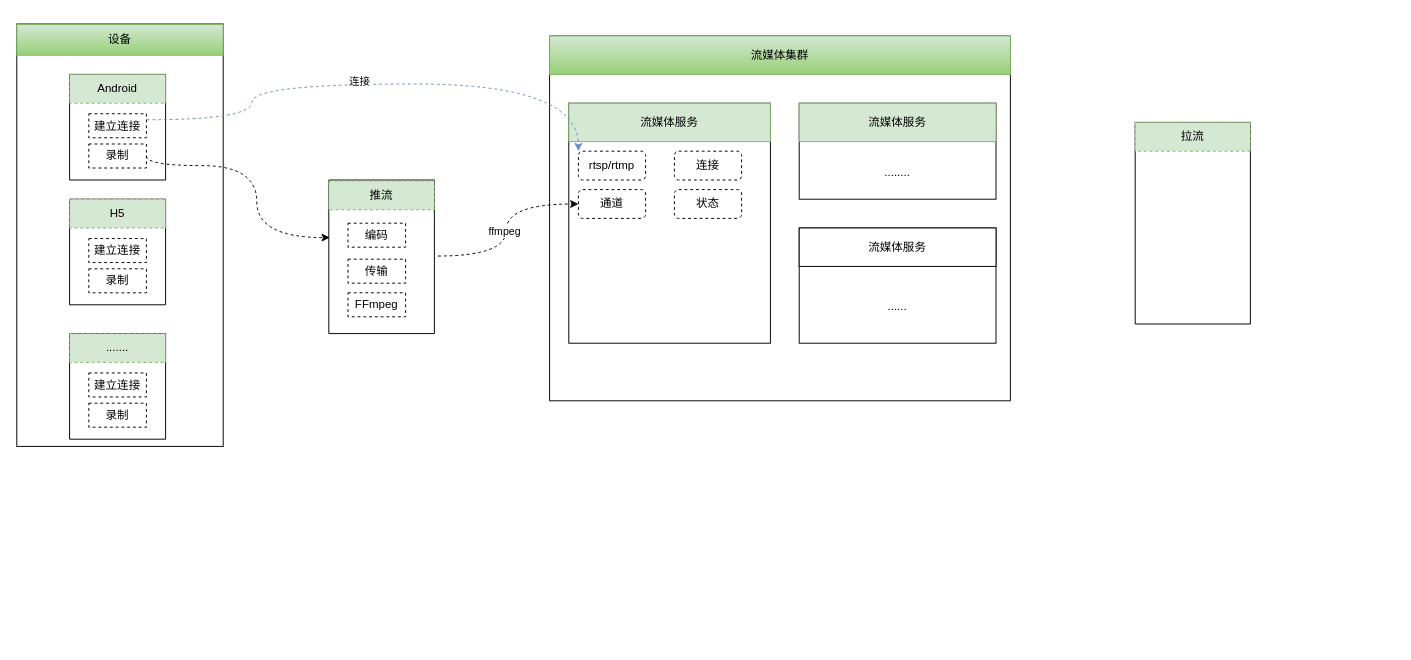
This is 平台2.0/流媒体服务架构.drawio from Msimplehub/abbysun, a draw.io file, before an edit. Source tidied: cells renumbered, new cells numbered last; positions are measured from the earlier drawing's top-left corner, leaving out a move shared by most shapes. Both pictures are drawn from the tidied source at 96%, with x=0, y=0 at pixel (16, 24).
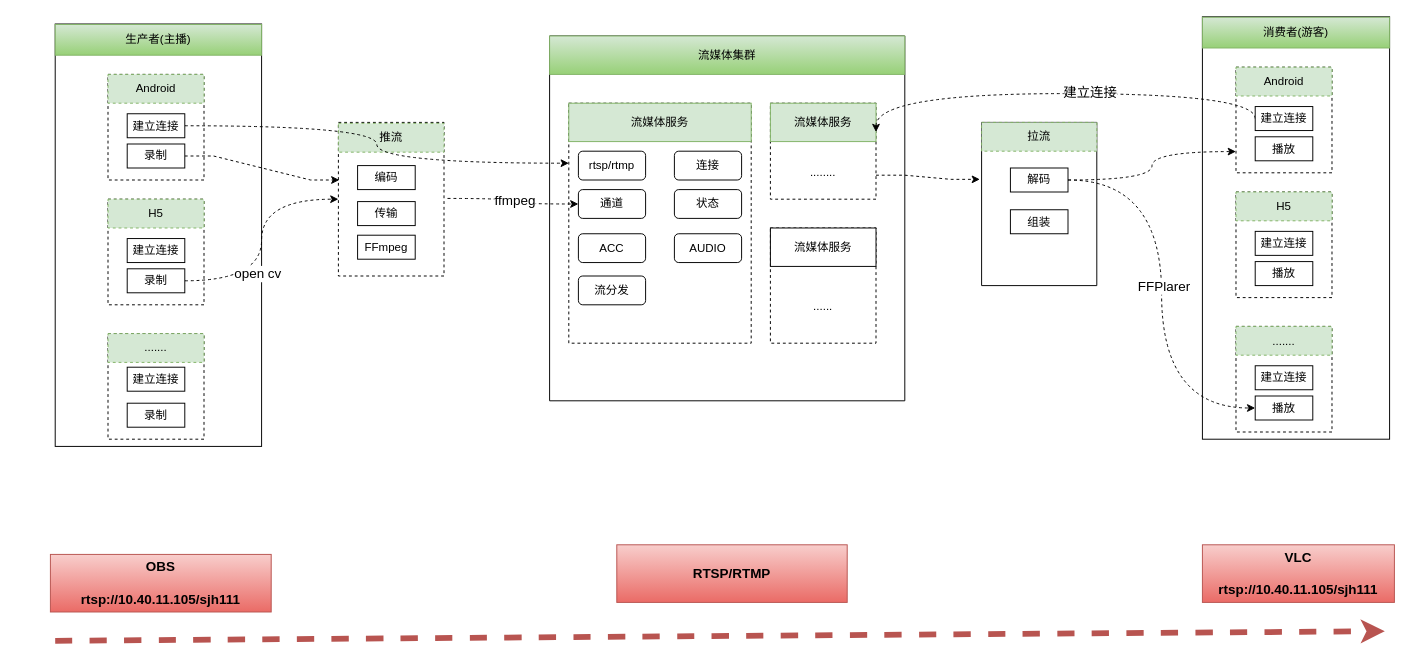
Above is the later version.

Commit message (it also covers changes not shown here):
更新流媒体服务架构.drawio

The change refers to these unchanged cells:
```xml
<mxCell id="18" style="endArrow=classic;html=1;rounded=0;exitX=1.033;exitY=0.495;exitDx=0;exitDy=0;exitPerimeter=0;entryX=0;entryY=0.5;entryDx=0;entryDy=0;edgeStyle=orthogonalEdgeStyle;curved=1;dashed=1;" parent="1" edge="1" source="14" target="12">
  <mxGeometry relative="1" as="geometry" />
</mxCell>
```

What changed in the source:
```diff
@@
     <mxCell id="2" style="rounded=0;whiteSpace=wrap;html=1;" parent="1" vertex="1">
-      <mxGeometry y="-0.5" width="215" height="440" as="geometry" />
+      <mxGeometry x="40" y="-0.5" width="215" height="440" as="geometry" />
     </mxCell>
     <mxCell id="3" style="verticalLabelPosition=bottom;verticalAlign=top;html=1;shape=mxgraph.basic.rect;fillColor2=none;strokeWidth=1;size=20;indent=5;" parent="1" vertex="1">
-      <mxGeometry x="555" y="12" width="480" height="380" as="geometry" />
+      <mxGeometry x="555" y="12" width="370" height="380" as="geometry" />
     </mxCell>
-    <mxCell id="4" style="rounded=0;whiteSpace=wrap;html=1;" parent="1" vertex="1">
-      <mxGeometry x="575" y="82" width="210" height="250" as="geometry" />
+    <mxCell id="4" style="rounded=0;whiteSpace=wrap;html=1;dashed=1;" parent="1" vertex="1">
+      <mxGeometry x="575" y="82" width="190" height="250" as="geometry" />
     </mxCell>
     <mxCell id="5" value="流媒体服务" style="rounded=0;whiteSpace=wrap;html=1;fillColor=#d5e8d4;strokeColor=#82b366;" parent="1" vertex="1">
-      <mxGeometry x="575" y="82" width="210" height="40" as="geometry" />
+      <mxGeometry x="575" y="82" width="190" height="40" as="geometry" />
     </mxCell>
-    <mxCell id="6" value="&lt;br&gt;&lt;br&gt;&lt;br&gt;......" style="rounded=0;whiteSpace=wrap;html=1;" parent="1" vertex="1">
-      <mxGeometry x="815" y="212" width="205" height="120" as="geometry" />
+    <mxCell id="6" value="&lt;br&gt;&lt;br&gt;&lt;br&gt;......" style="rounded=0;whiteSpace=wrap;html=1;dashed=1;" parent="1" vertex="1">
+      <mxGeometry x="785" y="212" width="110" height="120" as="geometry" />
     </mxCell>
     <mxCell id="7" value="流媒体服务" style="rounded=0;whiteSpace=wrap;html=1;" parent="1" vertex="1">
-      <mxGeometry x="815" y="212" width="205" height="40" as="geometry" />
+      <mxGeometry x="785" y="212" width="110" height="40" as="geometry" />
     </mxCell>
+    <mxCell id="40" style="edgeStyle=entityRelationEdgeStyle;rounded=0;jettySize=auto;html=1;exitX=1;exitY=0.75;exitDx=0;exitDy=0;entryX=-0.015;entryY=0.349;entryDx=0;entryDy=0;entryPerimeter=0;dashed=1;fontSize=14;" parent="1" edge="1" source="8" target="16">
+      <mxGeometry relative="1" as="geometry" />
+    </mxCell>
-    <mxCell id="8" value="&lt;br&gt;&lt;br&gt;&lt;br&gt;........" style="rounded=0;whiteSpace=wrap;html=1;" parent="1" vertex="1">
-      <mxGeometry x="815" y="82" width="205" height="100" as="geometry" />
+    <mxCell id="8" value="&lt;br&gt;&lt;br&gt;&lt;br&gt;........" style="rounded=0;whiteSpace=wrap;html=1;dashed=1;" parent="1" vertex="1">
+      <mxGeometry x="785" y="82" width="110" height="100" as="geometry" />
     </mxCell>
     <mxCell id="9" value="流媒体服务" style="rounded=0;whiteSpace=wrap;html=1;fillColor=#d5e8d4;strokeColor=#82b366;" parent="1" vertex="1">
-      <mxGeometry x="815" y="82" width="205" height="40" as="geometry" />
+      <mxGeometry x="785" y="82" width="110" height="40" as="geometry" />
     </mxCell>
-    <mxCell id="10" value="rtsp/rtmp" style="rounded=1;whiteSpace=wrap;html=1;dashed=1;" parent="1" vertex="1">
+    <mxCell id="10" value="rtsp/rtmp" style="rounded=1;whiteSpace=wrap;html=1;" parent="1" vertex="1">
       <mxGeometry x="585" y="132" width="70" height="30" as="geometry" />
     </mxCell>
-    <mxCell id="11" value="连接" style="rounded=1;whiteSpace=wrap;html=1;dashed=1;" parent="1" vertex="1">
+    <mxCell id="11" value="连接" style="rounded=1;whiteSpace=wrap;html=1;" parent="1" vertex="1">
       <mxGeometry x="685" y="132" width="70" height="30" as="geometry" />
     </mxCell>
-    <mxCell id="12" value="通道" style="rounded=1;whiteSpace=wrap;html=1;dashed=1;" parent="1" vertex="1">
+    <mxCell id="12" value="通道" style="rounded=1;whiteSpace=wrap;html=1;" parent="1" vertex="1">
       <mxGeometry x="585" y="172" width="70" height="30" as="geometry" />
     </mxCell>
-    <mxCell id="13" value="状态" style="rounded=1;whiteSpace=wrap;html=1;dashed=1;" parent="1" vertex="1">
+    <mxCell id="13" value="状态" style="rounded=1;whiteSpace=wrap;html=1;" parent="1" vertex="1">
       <mxGeometry x="685" y="172" width="70" height="30" as="geometry" />
     </mxCell>
-    <mxCell id="14" style="verticalLabelPosition=bottom;verticalAlign=top;html=1;shape=mxgraph.basic.rect;fillColor2=none;strokeWidth=1;size=20;indent=5;" parent="1" vertex="1">
-      <mxGeometry x="325" y="162" width="110" height="160" as="geometry" />
+    <mxCell id="14" style="verticalLabelPosition=bottom;verticalAlign=top;html=1;shape=mxgraph.basic.rect;fillColor2=none;strokeWidth=1;size=20;indent=5;dashed=1;" parent="1" vertex="1">
+      <mxGeometry x="335" y="102" width="110" height="160" as="geometry" />
     </mxCell>
     <mxCell id="15" value="推流" style="rounded=0;whiteSpace=wrap;html=1;dashed=1;fillColor=#d5e8d4;strokeColor=#82b366;" parent="1" vertex="1">
-      <mxGeometry x="325" y="163" width="110" height="30" as="geometry" />
+      <mxGeometry x="335" y="103" width="110" height="30" as="geometry" />
     </mxCell>
     <mxCell id="16" style="verticalLabelPosition=bottom;verticalAlign=top;html=1;shape=mxgraph.basic.rect;fillColor2=none;strokeWidth=1;size=20;indent=5;" parent="1" vertex="1">
-      <mxGeometry x="1165" y="102" width="120" height="210" as="geometry" />
+      <mxGeometry x="1005" y="102" width="120" height="170" as="geometry" />
     </mxCell>
     <mxCell id="17" value="拉流" style="rounded=0;whiteSpace=wrap;html=1;dashed=1;fillColor=#d5e8d4;strokeColor=#82b366;" parent="1" vertex="1">
-      <mxGeometry x="1165" y="102" width="120" height="30" as="geometry" />
+      <mxGeometry x="1005" y="102" width="120" height="30" as="geometry" />
     </mxCell>
@@
-    <mxCell id="19" value="ffmpeg" style="edgeLabel;html=1;align=center;verticalAlign=middle;" parent="18" vertex="1">
+    <mxCell id="19" value="ffmpeg" style="edgeLabel;html=1;align=center;verticalAlign=middle;fontSize=14;" parent="18" vertex="1">
       <mxGeometry x="-0.03" y="3" relative="1" as="geometry" />
     </mxCell>
-    <mxCell id="20" style="verticalLabelPosition=bottom;verticalAlign=top;html=1;shape=mxgraph.basic.rect;fillColor2=none;strokeWidth=1;size=20;indent=5;" parent="1" vertex="1">
-      <mxGeometry x="55" y="52" width="100" height="110" as="geometry" />
+    <mxCell id="20" style="verticalLabelPosition=bottom;verticalAlign=top;html=1;shape=mxgraph.basic.rect;fillColor2=none;strokeWidth=1;size=20;indent=5;dashed=1;" parent="1" vertex="1">
+      <mxGeometry x="95" y="52" width="100" height="110" as="geometry" />
     </mxCell>
     <mxCell id="21" value="Android" style="rounded=0;whiteSpace=wrap;html=1;dashed=1;fillColor=#d5e8d4;strokeColor=#82b366;" parent="1" vertex="1">
-      <mxGeometry x="55" y="52" width="100" height="30" as="geometry" />
+      <mxGeometry x="95" y="52" width="100" height="30" as="geometry" />
     </mxCell>
-    <mxCell id="22" style="edgeStyle=orthogonalEdgeStyle;rounded=0;jettySize=auto;html=1;exitX=1;exitY=0.25;exitDx=0;exitDy=0;entryX=0;entryY=0;entryDx=0;entryDy=0;curved=1;dashed=1;fillColor=#dae8fc;strokeColor=#6c8ebf;" parent="1" edge="1" source="24" target="10">
-      <mxGeometry relative="1" as="geometry">
-        <Array as="points">
-          <mxPoint x="245" y="62" />
-          <mxPoint x="585" y="62" />
-        </Array>
-      </mxGeometry>
-    </mxCell>
-    <mxCell id="23" value="连接" style="edgeLabel;html=1;align=center;verticalAlign=middle;" parent="22" vertex="1">
-      <mxGeometry x="-0.07" y="3" relative="1" as="geometry" />
-    </mxCell>
+    <mxCell id="41" style="edgeStyle=orthogonalEdgeStyle;curved=1;rounded=0;jettySize=auto;html=1;exitX=1;exitY=0.5;exitDx=0;exitDy=0;entryX=0;entryY=0.25;entryDx=0;entryDy=0;dashed=1;fontSize=14;" parent="1" edge="1" source="24" target="4">
+      <mxGeometry relative="1" as="geometry" />
+    </mxCell>
-    <mxCell id="24" value="建立连接" style="rounded=0;whiteSpace=wrap;html=1;dashed=1;" parent="1" vertex="1">
-      <mxGeometry x="75" y="93" width="60" height="25" as="geometry" />
+    <mxCell id="24" value="建立连接" style="rounded=0;whiteSpace=wrap;html=1;" parent="1" vertex="1">
+      <mxGeometry x="115" y="93" width="60" height="25" as="geometry" />
     </mxCell>
-    <mxCell id="25" style="edgeStyle=orthogonalEdgeStyle;curved=1;rounded=0;jettySize=auto;html=1;exitX=1;exitY=0.5;exitDx=0;exitDy=0;entryX=0.009;entryY=0.375;entryDx=0;entryDy=0;entryPerimeter=0;dashed=1;" parent="1" edge="1" source="26" target="14">
-      <mxGeometry relative="1" as="geometry">
-        <Array as="points">
-          <mxPoint x="250" y="147" />
-          <mxPoint x="250" y="222" />
-        </Array>
-      </mxGeometry>
+    <mxCell id="25" style="edgeStyle=entityRelationEdgeStyle;rounded=0;jettySize=auto;html=1;exitX=1;exitY=0.5;exitDx=0;exitDy=0;entryX=0.009;entryY=0.375;entryDx=0;entryDy=0;entryPerimeter=0;dashed=1;" parent="1" edge="1" source="26" target="14">
+      <mxGeometry relative="1" as="geometry" />
     </mxCell>
-    <mxCell id="26" value="录制" style="rounded=0;whiteSpace=wrap;html=1;dashed=1;" parent="1" vertex="1">
-      <mxGeometry x="75" y="124.5" width="60" height="25" as="geometry" />
+    <mxCell id="26" value="录制" style="rounded=0;whiteSpace=wrap;html=1;" parent="1" vertex="1">
+      <mxGeometry x="115" y="124.5" width="60" height="25" as="geometry" />
     </mxCell>
-    <mxCell id="27" style="verticalLabelPosition=bottom;verticalAlign=top;html=1;shape=mxgraph.basic.rect;fillColor2=none;strokeWidth=1;size=20;indent=5;" parent="1" vertex="1">
-      <mxGeometry x="55" y="182" width="100" height="110" as="geometry" />
+    <mxCell id="27" style="verticalLabelPosition=bottom;verticalAlign=top;html=1;shape=mxgraph.basic.rect;fillColor2=none;strokeWidth=1;size=20;indent=5;dashed=1;" parent="1" vertex="1">
+      <mxGeometry x="95" y="182" width="100" height="110" as="geometry" />
     </mxCell>
     <mxCell id="28" value="H5" style="rounded=0;whiteSpace=wrap;html=1;dashed=1;fillColor=#d5e8d4;strokeColor=#82b366;" parent="1" vertex="1">
-      <mxGeometry x="55" y="182" width="100" height="30" as="geometry" />
+      <mxGeometry x="95" y="182" width="100" height="30" as="geometry" />
     </mxCell>
-    <mxCell id="29" value="建立连接" style="rounded=0;whiteSpace=wrap;html=1;dashed=1;" parent="1" vertex="1">
-      <mxGeometry x="75" y="223" width="60" height="25" as="geometry" />
+    <mxCell id="29" value="建立连接" style="rounded=0;whiteSpace=wrap;html=1;" parent="1" vertex="1">
+      <mxGeometry x="115" y="223" width="60" height="25" as="geometry" />
     </mxCell>
+    <mxCell id="42" style="edgeStyle=orthogonalEdgeStyle;rounded=0;jettySize=auto;html=1;exitX=1;exitY=0.5;exitDx=0;exitDy=0;dashed=1;curved=1;" parent="1" edge="1" source="30" target="14">
+      <mxGeometry relative="1" as="geometry" />
+    </mxCell>
+    <mxCell id="43" value="open cv" style="edgeLabel;html=1;align=center;verticalAlign=middle;fontSize=14;" parent="42" vertex="1">
+      <mxGeometry x="-0.28" y="5" relative="1" as="geometry" />
+    </mxCell>
-    <mxCell id="30" value="录制" style="rounded=0;whiteSpace=wrap;html=1;dashed=1;" parent="1" vertex="1">
-      <mxGeometry x="75" y="254.5" width="60" height="25" as="geometry" />
+    <mxCell id="30" value="录制" style="rounded=0;whiteSpace=wrap;html=1;" parent="1" vertex="1">
+      <mxGeometry x="115" y="254.5" width="60" height="25" as="geometry" />
     </mxCell>
-    <mxCell id="31" style="verticalLabelPosition=bottom;verticalAlign=top;html=1;shape=mxgraph.basic.rect;fillColor2=none;strokeWidth=1;size=20;indent=5;" parent="1" vertex="1">
-      <mxGeometry x="55" y="322" width="100" height="110" as="geometry" />
+    <mxCell id="31" style="verticalLabelPosition=bottom;verticalAlign=top;html=1;shape=mxgraph.basic.rect;fillColor2=none;strokeWidth=1;size=20;indent=5;dashed=1;" parent="1" vertex="1">
+      <mxGeometry x="95" y="322" width="100" height="110" as="geometry" />
     </mxCell>
     <mxCell id="32" value="......." style="rounded=0;whiteSpace=wrap;html=1;dashed=1;fillColor=#d5e8d4;strokeColor=#82b366;" parent="1" vertex="1">
-      <mxGeometry x="55" y="322" width="100" height="30" as="geometry" />
+      <mxGeometry x="95" y="322" width="100" height="30" as="geometry" />
     </mxCell>
-    <mxCell id="33" value="建立连接" style="rounded=0;whiteSpace=wrap;html=1;dashed=1;" parent="1" vertex="1">
-      <mxGeometry x="75" y="363" width="60" height="25" as="geometry" />
+    <mxCell id="33" value="建立连接" style="rounded=0;whiteSpace=wrap;html=1;" parent="1" vertex="1">
+      <mxGeometry x="115" y="357" width="60" height="25" as="geometry" />
     </mxCell>
-    <mxCell id="34" value="录制" style="rounded=0;whiteSpace=wrap;html=1;dashed=1;" parent="1" vertex="1">
-      <mxGeometry x="75" y="394.5" width="60" height="25" as="geometry" />
+    <mxCell id="34" value="录制" style="rounded=0;whiteSpace=wrap;html=1;" parent="1" vertex="1">
+      <mxGeometry x="115" y="394.5" width="60" height="25" as="geometry" />
     </mxCell>
-    <mxCell id="35" value="编码" style="rounded=0;whiteSpace=wrap;html=1;dashed=1;" parent="1" vertex="1">
-      <mxGeometry x="345" y="207" width="60" height="25" as="geometry" />
+    <mxCell id="35" value="编码" style="rounded=0;whiteSpace=wrap;html=1;" parent="1" vertex="1">
+      <mxGeometry x="355" y="147" width="60" height="25" as="geometry" />
     </mxCell>
-    <mxCell id="36" value="传输" style="rounded=0;whiteSpace=wrap;html=1;dashed=1;" parent="1" vertex="1">
-      <mxGeometry x="345" y="244.5" width="60" height="25" as="geometry" />
+    <mxCell id="36" value="传输" style="rounded=0;whiteSpace=wrap;html=1;" parent="1" vertex="1">
+      <mxGeometry x="355" y="184.5" width="60" height="25" as="geometry" />
     </mxCell>
-    <mxCell id="37" value="设备" style="rounded=0;whiteSpace=wrap;html=1;fillColor=#d5e8d4;gradientColor=#97d077;strokeColor=#82b366;" parent="1" vertex="1">
-      <mxGeometry width="215" height="32" as="geometry" />
+    <mxCell id="37" value="生产者(主播)" style="rounded=0;whiteSpace=wrap;html=1;fillColor=#d5e8d4;gradientColor=#97d077;strokeColor=#82b366;" parent="1" vertex="1">
+      <mxGeometry x="40" width="215" height="32" as="geometry" />
     </mxCell>
     <mxCell id="38" value="流媒体集群" style="rounded=0;whiteSpace=wrap;html=1;fillColor=#d5e8d4;gradientColor=#97d077;strokeColor=#82b366;" parent="1" vertex="1">
-      <mxGeometry x="555" y="12" width="480" height="40" as="geometry" />
+      <mxGeometry x="555" y="12" width="370" height="40" as="geometry" />
     </mxCell>
-    <mxCell id="39" value="FFmpeg" style="rounded=0;whiteSpace=wrap;html=1;dashed=1;" parent="1" vertex="1">
-      <mxGeometry x="345" y="279.5" width="60" height="25" as="geometry" />
+    <mxCell id="39" value="FFmpeg" style="rounded=0;whiteSpace=wrap;html=1;" parent="1" vertex="1">
+      <mxGeometry x="355" y="219.5" width="60" height="25" as="geometry" />
     </mxCell>
+    <mxCell id="44" style="rounded=0;whiteSpace=wrap;html=1;" parent="1" vertex="1">
+      <mxGeometry x="1235" y="-8" width="195" height="440" as="geometry" />
+    </mxCell>
+    <mxCell id="45" style="verticalLabelPosition=bottom;verticalAlign=top;html=1;shape=mxgraph.basic.rect;fillColor2=none;strokeWidth=1;size=20;indent=5;dashed=1;" parent="1" vertex="1">
+      <mxGeometry x="1270" y="44.5" width="100" height="110" as="geometry" />
+    </mxCell>
+    <mxCell id="46" value="Android" style="rounded=0;whiteSpace=wrap;html=1;dashed=1;fillColor=#d5e8d4;strokeColor=#82b366;" parent="1" vertex="1">
+      <mxGeometry x="1270" y="44.5" width="100" height="30" as="geometry" />
+    </mxCell>
+    <mxCell id="47" style="edgeStyle=orthogonalEdgeStyle;rounded=0;jettySize=auto;html=1;exitX=0;exitY=0.5;exitDx=0;exitDy=0;entryX=1;entryY=0.75;entryDx=0;entryDy=0;dashed=1;fontSize=14;curved=1;" parent="1" edge="1" source="49" target="9">
+      <mxGeometry relative="1" as="geometry">
+        <Array as="points">
+          <mxPoint x="1290" y="72" />
+          <mxPoint x="895" y="72" />
+        </Array>
+      </mxGeometry>
+    </mxCell>
+    <mxCell id="48" value="建立连接" style="edgeLabel;html=1;align=center;verticalAlign=middle;fontSize=14;" parent="47" vertex="1">
+      <mxGeometry x="-0.14" y="-2" relative="1" as="geometry">
+        <mxPoint x="-1" as="offset" />
+      </mxGeometry>
+    </mxCell>
+    <mxCell id="49" value="建立连接" style="rounded=0;whiteSpace=wrap;html=1;" parent="1" vertex="1">
+      <mxGeometry x="1290" y="85.5" width="60" height="25" as="geometry" />
+    </mxCell>
+    <mxCell id="50" value="播放" style="rounded=0;whiteSpace=wrap;html=1;" parent="1" vertex="1">
+      <mxGeometry x="1290" y="117" width="60" height="25" as="geometry" />
+    </mxCell>
+    <mxCell id="51" style="verticalLabelPosition=bottom;verticalAlign=top;html=1;shape=mxgraph.basic.rect;fillColor2=none;strokeWidth=1;size=20;indent=5;dashed=1;" parent="1" vertex="1">
+      <mxGeometry x="1270" y="174.5" width="100" height="110" as="geometry" />
+    </mxCell>
+    <mxCell id="52" value="H5" style="rounded=0;whiteSpace=wrap;html=1;dashed=1;fillColor=#d5e8d4;strokeColor=#82b366;" parent="1" vertex="1">
+      <mxGeometry x="1270" y="174.5" width="100" height="30" as="geometry" />
+    </mxCell>
+    <mxCell id="53" value="建立连接" style="rounded=0;whiteSpace=wrap;html=1;" parent="1" vertex="1">
+      <mxGeometry x="1290" y="215.5" width="60" height="25" as="geometry" />
+    </mxCell>
+    <mxCell id="54" value="播放" style="rounded=0;whiteSpace=wrap;html=1;" parent="1" vertex="1">
+      <mxGeometry x="1290" y="247" width="60" height="25" as="geometry" />
+    </mxCell>
+    <mxCell id="55" style="verticalLabelPosition=bottom;verticalAlign=top;html=1;shape=mxgraph.basic.rect;fillColor2=none;strokeWidth=1;size=20;indent=5;dashed=1;" parent="1" vertex="1">
+      <mxGeometry x="1270" y="314.5" width="100" height="110" as="geometry" />
+    </mxCell>
+    <mxCell id="56" value="......." style="rounded=0;whiteSpace=wrap;html=1;dashed=1;fillColor=#d5e8d4;strokeColor=#82b366;" parent="1" vertex="1">
+      <mxGeometry x="1270" y="314.5" width="100" height="30" as="geometry" />
+    </mxCell>
+    <mxCell id="57" value="建立连接" style="rounded=0;whiteSpace=wrap;html=1;" parent="1" vertex="1">
+      <mxGeometry x="1290" y="355.5" width="60" height="25" as="geometry" />
+    </mxCell>
+    <mxCell id="58" value="播放" style="rounded=0;whiteSpace=wrap;html=1;" parent="1" vertex="1">
+      <mxGeometry x="1290" y="387" width="60" height="25" as="geometry" />
+    </mxCell>
+    <mxCell id="59" value="消费者(游客)" style="rounded=0;whiteSpace=wrap;html=1;fillColor=#d5e8d4;gradientColor=#97d077;strokeColor=#82b366;" parent="1" vertex="1">
+      <mxGeometry x="1235" y="-7.5" width="195" height="32" as="geometry" />
+    </mxCell>
+    <mxCell id="60" style="edgeStyle=orthogonalEdgeStyle;curved=1;rounded=0;jettySize=auto;html=1;exitX=1;exitY=0.5;exitDx=0;exitDy=0;entryX=-0.001;entryY=0.799;entryDx=0;entryDy=0;entryPerimeter=0;dashed=1;fontSize=14;" parent="1" edge="1" source="63" target="45">
+      <mxGeometry relative="1" as="geometry" />
+    </mxCell>
+    <mxCell id="61" style="edgeStyle=orthogonalEdgeStyle;curved=1;rounded=0;jettySize=auto;html=1;exitX=1;exitY=0.5;exitDx=0;exitDy=0;entryX=0;entryY=0.5;entryDx=0;entryDy=0;dashed=1;fontSize=14;exitPerimeter=0;" parent="1" edge="1" source="63" target="58">
+      <mxGeometry relative="1" as="geometry" />
+    </mxCell>
+    <mxCell id="62" value="FFPlarer" style="edgeLabel;html=1;align=center;verticalAlign=middle;fontSize=14;" parent="61" vertex="1">
+      <mxGeometry x="-0.04" y="2" relative="1" as="geometry" />
+    </mxCell>
+    <mxCell id="63" value="解码" style="rounded=0;whiteSpace=wrap;html=1;" parent="1" vertex="1">
+      <mxGeometry x="1035" y="149.5" width="60" height="25" as="geometry" />
+    </mxCell>
+    <mxCell id="64" value="组装" style="rounded=0;whiteSpace=wrap;html=1;" parent="1" vertex="1">
+      <mxGeometry x="1035" y="193" width="60" height="25" as="geometry" />
+    </mxCell>
+    <mxCell id="65" value="ACC" style="rounded=1;whiteSpace=wrap;html=1;" parent="1" vertex="1">
+      <mxGeometry x="585" y="218" width="70" height="30" as="geometry" />
+    </mxCell>
+    <mxCell id="66" value="AUDIO" style="rounded=1;whiteSpace=wrap;html=1;" parent="1" vertex="1">
+      <mxGeometry x="685" y="218" width="70" height="30" as="geometry" />
+    </mxCell>
+    <mxCell id="67" value="流分发" style="rounded=1;whiteSpace=wrap;html=1;" parent="1" vertex="1">
+      <mxGeometry x="585" y="262" width="70" height="30" as="geometry" />
+    </mxCell>
+    <mxCell id="68" style="endArrow=classic;html=1;rounded=0;dashed=1;fontSize=14;curved=1;fillColor=#f8cecc;gradientColor=#ea6b66;strokeColor=#b85450;strokeWidth=6;" parent="1" edge="1">
+      <mxGeometry relative="1" as="geometry">
+        <mxPoint x="40" y="642" as="sourcePoint" />
+        <mxPoint x="1425" y="632" as="targetPoint" />
+      </mxGeometry>
+    </mxCell>
+    <mxCell id="69" value="&lt;b&gt;OBS&lt;br&gt;&lt;br&gt;rtsp://10.40.11.105/sjh111&lt;/b&gt;" style="rounded=0;whiteSpace=wrap;html=1;fontSize=14;fillColor=#f8cecc;gradientColor=#ea6b66;strokeColor=#b85450;" parent="1" vertex="1">
+      <mxGeometry x="35" y="552" width="230" height="60" as="geometry" />
+    </mxCell>
+    <mxCell id="70" value="&lt;b&gt;RTSP/RTMP&lt;/b&gt;" style="rounded=0;whiteSpace=wrap;html=1;fontSize=14;fillColor=#f8cecc;gradientColor=#ea6b66;strokeColor=#b85450;" parent="1" vertex="1">
+      <mxGeometry x="625" y="542" width="240" height="60" as="geometry" />
+    </mxCell>
+    <mxCell id="71" value="&lt;b style=&quot;&quot;&gt;VLC&lt;br&gt;&lt;br&gt;rtsp://10.40.11.105/sjh111&lt;/b&gt;" style="rounded=0;whiteSpace=wrap;html=1;fontSize=14;fillColor=#f8cecc;gradientColor=#ea6b66;strokeColor=#b85450;align=center;" parent="1" vertex="1">
+      <mxGeometry x="1235" y="542" width="200" height="60" as="geometry" />
+    </mxCell>
```
